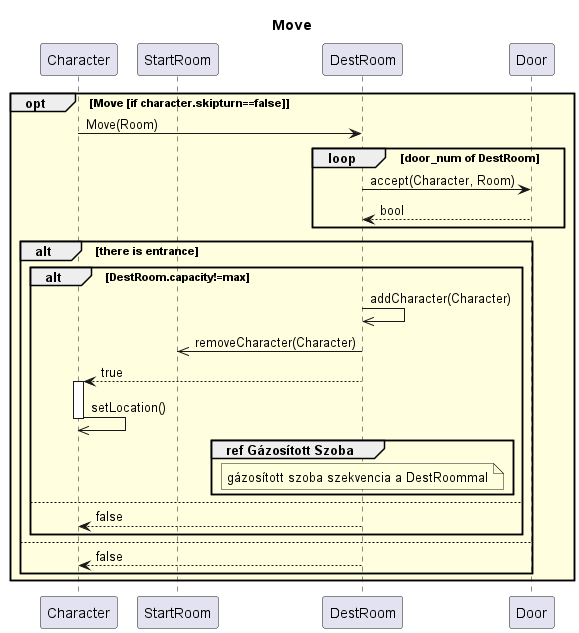
This is out/diagramms/src/move/move.png from kipolaris/skyrimscriptsuttogok, a PlantUML export, as it was before one commit.
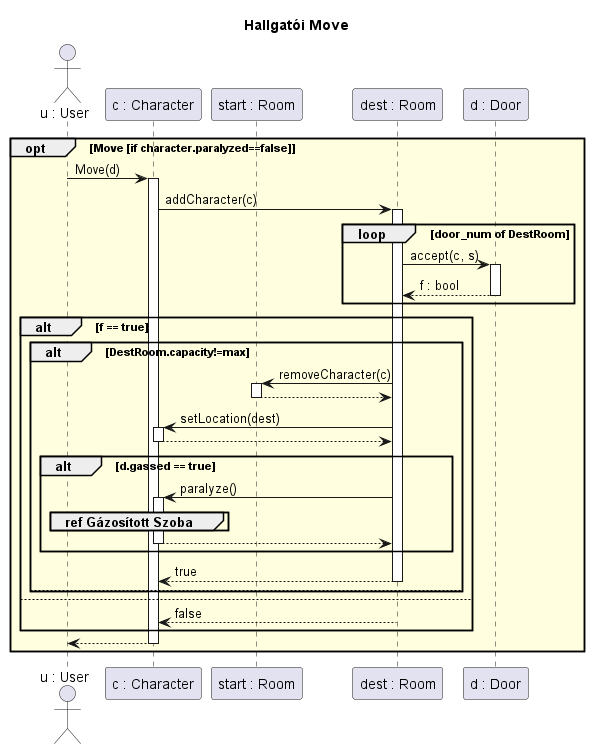
Above is the later version.

Change to the diagram source:
```diff
@@ -1,42 +1,47 @@
 @startuml move
 
-Title Move
+Title Hallgatói Move
 
-participant Character as char
-participant StartRoom as sz
-participant DestRoom as dsz
-participant Door as a
+actor "u : User" as u
+participant "c : Character" as char
+participant "start : Room" as sz
+participant "dest : Room" as dsz
+participant "d : Door" as a
 
-opt #lightyellow Move [if character.skipturn==false]
-    char->dsz : Move(Room)
+opt #lightyellow Move [if character.paralyzed==false]
+    u->char ++: Move(d)
+    char->dsz ++: addCharacter(c)
 
     loop door_num of DestRoom
-        dsz->a : accept(Character, Room)
-        a-->dsz : bool
+        dsz->a ++: accept(c, s)
+        a-->dsz --: f : bool
     end
 
-    alt there is entrance
+    alt f == true
         alt DestRoom.capacity!=max
 
-            dsz->>dsz : addCharacter(Character)
-            dsz->>sz : removeCharacter(Character)
+            dsz->sz ++: removeCharacter(c)
+            return
 
-            dsz-->char : true
-            activate char
-            char->>char : setLocation()
-            deactivate char
+            dsz->char ++: setLocation(dest)
+            return
 
-            group ref Gázosított Szoba
-                note over dsz : gázosított szoba szekvencia a DestRoommal
+            alt d.gassed == true
+                dsz -> char ++: paralyze()
+                group ref Gázosított Szoba
+                end
+                return
             end
 
 
+            dsz-->char --: true
+
         else
-            dsz-->char : false
         end
     else
-        dsz-->char : false
+        dsz-->char --: false
     end
+    char-->u --:
 end
 
 @enduml
```
